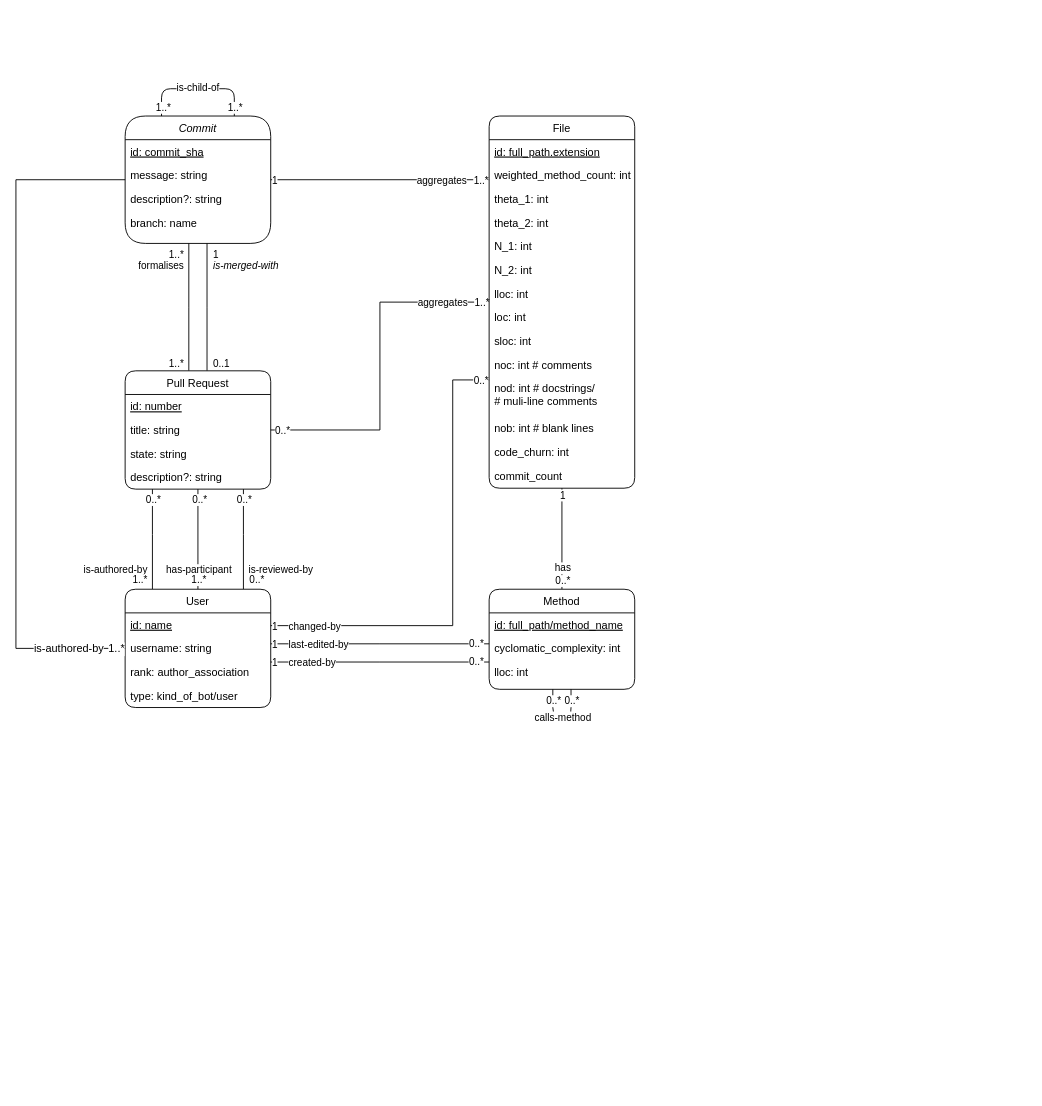
The draw.io diagram Exports/OCEL-Object-Diagram.drawio in AlexS-1/Bachelor-Code, before the edit. Source tidied: cells renumbered, new cells numbered last; positions are measured from the earlier drawing's top-left corner, leaving out a move shared by most shapes. Both pictures are drawn from the tidied source at 91%, with x=0, y=0 at pixel (15, 88).
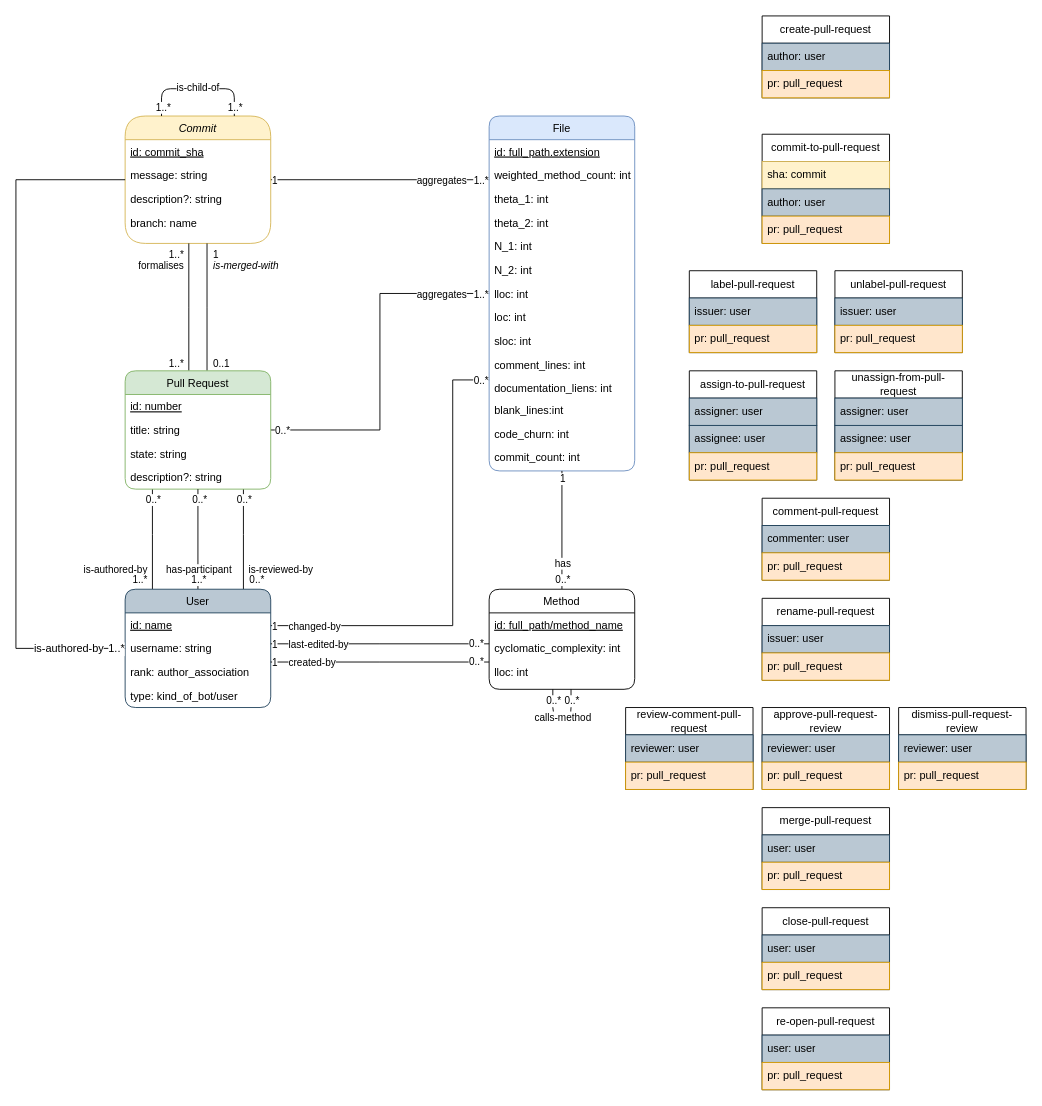
The same page after the edit.

Commit message:
Feature: Add events to OCEL-Diagram

The edit, as a diff of the source:
```diff
@@
-    <mxCell id="6" value="Commit" style="swimlane;fontStyle=2;align=center;verticalAlign=top;horizontal=1;startSize=26;rounded=1;shadow=0;strokeWidth=1;arcSize=29;" parent="1" vertex="1">
+    <mxCell id="6" value="Commit" style="swimlane;fontStyle=2;align=center;verticalAlign=top;horizontal=1;startSize=26;rounded=1;shadow=0;strokeWidth=1;arcSize=29;fillColor=#fff2cc;strokeColor=#d6b656;" parent="1" vertex="1">
       <mxGeometry x="120" y="30" width="160" height="140" as="geometry" />
     </mxCell>
@@
-    <mxCell id="31" value="Pull Request" style="swimlane;fontStyle=0;align=center;verticalAlign=top;horizontal=1;startSize=26;rounded=1;shadow=0;strokeWidth=1;" parent="1" vertex="1">
+    <mxCell id="31" value="Pull Request" style="swimlane;fontStyle=0;align=center;verticalAlign=top;horizontal=1;startSize=26;rounded=1;shadow=0;strokeWidth=1;fillColor=#d5e8d4;strokeColor=#82b366;" parent="1" vertex="1">
       <mxGeometry x="120" y="310" width="160" height="130" as="geometry" />
     </mxCell>
@@
-    <mxCell id="44" value="User" style="swimlane;fontStyle=0;align=center;verticalAlign=top;horizontal=1;startSize=26;rounded=1;shadow=0;strokeWidth=1;" parent="1" vertex="1">
+    <mxCell id="44" value="User" style="swimlane;fontStyle=0;align=center;verticalAlign=top;horizontal=1;startSize=26;rounded=1;shadow=0;strokeWidth=1;fillColor=#bac8d3;strokeColor=#23445d;" parent="1" vertex="1">
       <mxGeometry x="120" y="550" width="160" height="130" as="geometry" />
     </mxCell>
@@
-    <mxCell id="49" value="File" style="swimlane;fontStyle=0;align=center;verticalAlign=top;horizontal=1;startSize=26;rounded=1;shadow=0;strokeWidth=1;" parent="1" vertex="1">
-      <mxGeometry x="520" y="30" width="160" height="409" as="geometry" />
+    <mxCell id="49" value="File" style="swimlane;fontStyle=0;align=center;verticalAlign=top;horizontal=1;startSize=26;rounded=1;shadow=0;strokeWidth=1;fillColor=#dae8fc;strokeColor=#6c8ebf;" parent="1" vertex="1">
+      <mxGeometry x="520" y="30" width="160" height="390" as="geometry" />
     </mxCell>
@@
-    <mxCell id="59" value="noc: int # comments" style="text;align=left;verticalAlign=top;spacingLeft=4;spacingRight=4;overflow=hidden;fontStyle=0;rounded=1;" parent="49" vertex="1">
+    <mxCell id="59" value="comment_lines: int" style="text;align=left;verticalAlign=top;spacingLeft=4;spacingRight=4;overflow=hidden;fontStyle=0;rounded=1;" parent="49" vertex="1">
       <mxGeometry y="260" width="160" height="26" as="geometry" />
     </mxCell>
-    <mxCell id="60" value="nod: int # docstrings/&#10;# muli-line comments" style="text;align=left;verticalAlign=top;spacingLeft=4;spacingRight=4;overflow=hidden;fontStyle=0;rounded=1;" parent="49" vertex="1">
-      <mxGeometry y="286" width="160" height="44" as="geometry" />
+    <mxCell id="60" value="documentation_liens: int" style="text;align=left;verticalAlign=top;spacingLeft=4;spacingRight=4;overflow=hidden;fontStyle=0;rounded=1;" parent="49" vertex="1">
+      <mxGeometry y="286" width="160" height="24" as="geometry" />
     </mxCell>
-    <mxCell id="61" value="nob: int # blank lines" style="text;align=left;verticalAlign=top;spacingLeft=4;spacingRight=4;overflow=hidden;fontStyle=0;rounded=1;" parent="49" vertex="1">
-      <mxGeometry y="330" width="160" height="26" as="geometry" />
+    <mxCell id="61" value="blank_lines:int" style="text;align=left;verticalAlign=top;spacingLeft=4;spacingRight=4;overflow=hidden;fontStyle=0;rounded=1;" parent="49" vertex="1">
+      <mxGeometry y="310" width="160" height="26" as="geometry" />
     </mxCell>
     <mxCell id="62" value="code_churn: int&#10;" style="text;align=left;verticalAlign=top;spacingLeft=4;spacingRight=4;overflow=hidden;fontStyle=0;rounded=1;" parent="49" vertex="1">
-      <mxGeometry y="356" width="160" height="26" as="geometry" />
+      <mxGeometry y="336" width="160" height="26" as="geometry" />
     </mxCell>
-    <mxCell id="63" value="commit_count" style="text;align=left;verticalAlign=top;spacingLeft=4;spacingRight=4;overflow=hidden;fontStyle=0;rounded=1;" parent="49" vertex="1">
-      <mxGeometry y="382" width="160" height="26" as="geometry" />
+    <mxCell id="63" value="commit_count: int&#10;&#10;" style="text;align=left;verticalAlign=top;spacingLeft=4;spacingRight=4;overflow=hidden;fontStyle=0;rounded=1;" parent="49" vertex="1">
+      <mxGeometry y="362" width="160" height="26" as="geometry" />
     </mxCell>
@@
+    <mxCell id="91" value="commit-to-pull-request" style="swimlane;fontStyle=0;horizontal=1;startSize=30;whiteSpace=wrap;html=1;" parent="1" vertex="1">
+      <mxGeometry x="820" y="50" width="140" height="120" as="geometry" />
+    </mxCell>
+    <mxCell id="92" value="sha: commit" style="text;strokeColor=#d6b656;fillColor=#fff2cc;align=left;verticalAlign=middle;spacingLeft=4;spacingRight=4;overflow=hidden;whiteSpace=wrap;html=1;" parent="91" vertex="1">
+      <mxGeometry y="30" width="140" height="30" as="geometry" />
+    </mxCell>
+    <mxCell id="93" value="author: user" style="text;strokeColor=#23445d;fillColor=#bac8d3;align=left;verticalAlign=middle;spacingLeft=4;spacingRight=4;overflow=hidden;whiteSpace=wrap;html=1;" parent="91" vertex="1">
+      <mxGeometry y="60" width="140" height="30" as="geometry" />
+    </mxCell>
+    <mxCell id="94" value="pr: pull_request" style="text;strokeColor=#d79b00;fillColor=#ffe6cc;align=left;verticalAlign=middle;spacingLeft=4;spacingRight=4;overflow=hidden;whiteSpace=wrap;html=1;" parent="91" vertex="1">
+      <mxGeometry y="90" width="140" height="30" as="geometry" />
+    </mxCell>
+    <mxCell id="95" value="label-pull-request" style="swimlane;fontStyle=0;horizontal=1;startSize=30;whiteSpace=wrap;html=1;" parent="1" vertex="1">
+      <mxGeometry x="740" y="200" width="140" height="90" as="geometry" />
+    </mxCell>
+    <mxCell id="96" value="issuer: user" style="text;strokeColor=#23445d;fillColor=#bac8d3;align=left;verticalAlign=middle;spacingLeft=4;spacingRight=4;overflow=hidden;whiteSpace=wrap;html=1;" parent="95" vertex="1">
+      <mxGeometry y="30" width="140" height="30" as="geometry" />
+    </mxCell>
+    <mxCell id="97" value="pr: pull_request" style="text;strokeColor=#d79b00;fillColor=#ffe6cc;align=left;verticalAlign=middle;spacingLeft=4;spacingRight=4;overflow=hidden;whiteSpace=wrap;html=1;" parent="95" vertex="1">
+      <mxGeometry y="60" width="140" height="30" as="geometry" />
+    </mxCell>
+    <mxCell id="98" value="unlabel-pull-request" style="swimlane;fontStyle=0;horizontal=1;startSize=30;whiteSpace=wrap;html=1;" parent="1" vertex="1">
+      <mxGeometry x="900" y="200" width="140" height="90" as="geometry" />
+    </mxCell>
+    <mxCell id="99" value="issuer: user" style="text;strokeColor=#23445d;fillColor=#bac8d3;align=left;verticalAlign=middle;spacingLeft=4;spacingRight=4;overflow=hidden;whiteSpace=wrap;html=1;" parent="98" vertex="1">
+      <mxGeometry y="30" width="140" height="30" as="geometry" />
+    </mxCell>
+    <mxCell id="100" value="pr: pull_request" style="text;strokeColor=#d79b00;fillColor=#ffe6cc;align=left;verticalAlign=middle;spacingLeft=4;spacingRight=4;overflow=hidden;whiteSpace=wrap;html=1;" parent="98" vertex="1">
+      <mxGeometry y="60" width="140" height="30" as="geometry" />
+    </mxCell>
+    <mxCell id="101" value="create-pull-request" style="swimlane;fontStyle=0;horizontal=1;startSize=30;whiteSpace=wrap;html=1;" parent="1" vertex="1">
+      <mxGeometry x="820" y="-80" width="140" height="90" as="geometry" />
+    </mxCell>
+    <mxCell id="102" value="author: user" style="text;strokeColor=#23445d;fillColor=#bac8d3;align=left;verticalAlign=middle;spacingLeft=4;spacingRight=4;overflow=hidden;whiteSpace=wrap;html=1;" parent="101" vertex="1">
+      <mxGeometry y="30" width="140" height="30" as="geometry" />
+    </mxCell>
+    <mxCell id="103" value="pr: pull_request" style="text;strokeColor=#d79b00;fillColor=#ffe6cc;align=left;verticalAlign=middle;spacingLeft=4;spacingRight=4;overflow=hidden;whiteSpace=wrap;html=1;" parent="101" vertex="1">
+      <mxGeometry y="60" width="140" height="30" as="geometry" />
+    </mxCell>
+    <mxCell id="104" value="merge-pull-request" style="swimlane;fontStyle=0;horizontal=1;startSize=30;whiteSpace=wrap;html=1;" parent="1" vertex="1">
+      <mxGeometry x="820" y="790" width="140" height="90" as="geometry" />
+    </mxCell>
+    <mxCell id="105" value="user: user" style="text;strokeColor=#23445d;fillColor=#bac8d3;align=left;verticalAlign=middle;spacingLeft=4;spacingRight=4;overflow=hidden;whiteSpace=wrap;html=1;" parent="104" vertex="1">
+      <mxGeometry y="30" width="140" height="30" as="geometry" />
+    </mxCell>
+    <mxCell id="106" value="pr: pull_request" style="text;strokeColor=#d79b00;fillColor=#ffe6cc;align=left;verticalAlign=middle;spacingLeft=4;spacingRight=4;overflow=hidden;whiteSpace=wrap;html=1;" parent="104" vertex="1">
+      <mxGeometry y="60" width="140" height="30" as="geometry" />
+    </mxCell>
+    <mxCell id="107" value="close-pull-request" style="swimlane;fontStyle=0;horizontal=1;startSize=30;whiteSpace=wrap;html=1;" parent="1" vertex="1">
+      <mxGeometry x="820" y="900" width="140" height="90" as="geometry" />
+    </mxCell>
+    <mxCell id="108" value="user: user" style="text;strokeColor=#23445d;fillColor=#bac8d3;align=left;verticalAlign=middle;spacingLeft=4;spacingRight=4;overflow=hidden;whiteSpace=wrap;html=1;" parent="107" vertex="1">
+      <mxGeometry y="30" width="140" height="30" as="geometry" />
+    </mxCell>
+    <mxCell id="109" value="pr: pull_request" style="text;strokeColor=#d79b00;fillColor=#ffe6cc;align=left;verticalAlign=middle;spacingLeft=4;spacingRight=4;overflow=hidden;whiteSpace=wrap;html=1;" parent="107" vertex="1">
+      <mxGeometry y="60" width="140" height="30" as="geometry" />
+    </mxCell>
+    <mxCell id="110" value="assign-to-pull-request" style="swimlane;fontStyle=0;horizontal=1;startSize=30;whiteSpace=wrap;html=1;" parent="1" vertex="1">
+      <mxGeometry x="740" y="310" width="140" height="120" as="geometry" />
+    </mxCell>
+    <mxCell id="111" value="assigner: user" style="text;strokeColor=#23445d;fillColor=#bac8d3;align=left;verticalAlign=middle;spacingLeft=4;spacingRight=4;overflow=hidden;whiteSpace=wrap;html=1;" parent="110" vertex="1">
+      <mxGeometry y="30" width="140" height="30" as="geometry" />
+    </mxCell>
+    <mxCell id="112" value="assignee: user" style="text;strokeColor=#23445d;fillColor=#bac8d3;align=left;verticalAlign=middle;spacingLeft=4;spacingRight=4;overflow=hidden;whiteSpace=wrap;html=1;" parent="110" vertex="1">
+      <mxGeometry y="60" width="140" height="30" as="geometry" />
+    </mxCell>
+    <mxCell id="113" value="pr: pull_request" style="text;strokeColor=#d79b00;fillColor=#ffe6cc;align=left;verticalAlign=middle;spacingLeft=4;spacingRight=4;overflow=hidden;whiteSpace=wrap;html=1;" parent="110" vertex="1">
+      <mxGeometry y="90" width="140" height="30" as="geometry" />
+    </mxCell>
+    <mxCell id="114" value="unassign-from-pull-request" style="swimlane;fontStyle=0;horizontal=1;startSize=30;whiteSpace=wrap;html=1;" parent="1" vertex="1">
+      <mxGeometry x="900" y="310" width="140" height="120" as="geometry" />
+    </mxCell>
+    <mxCell id="115" value="assigner: user" style="text;strokeColor=#23445d;fillColor=#bac8d3;align=left;verticalAlign=middle;spacingLeft=4;spacingRight=4;overflow=hidden;whiteSpace=wrap;html=1;" parent="114" vertex="1">
+      <mxGeometry y="30" width="140" height="30" as="geometry" />
+    </mxCell>
+    <mxCell id="116" value="assignee: user" style="text;strokeColor=#23445d;fillColor=#bac8d3;align=left;verticalAlign=middle;spacingLeft=4;spacingRight=4;overflow=hidden;whiteSpace=wrap;html=1;" parent="114" vertex="1">
+      <mxGeometry y="60" width="140" height="30" as="geometry" />
+    </mxCell>
+    <mxCell id="117" value="pr: pull_request" style="text;strokeColor=#d79b00;fillColor=#ffe6cc;align=left;verticalAlign=middle;spacingLeft=4;spacingRight=4;overflow=hidden;whiteSpace=wrap;html=1;" parent="114" vertex="1">
+      <mxGeometry y="90" width="140" height="30" as="geometry" />
+    </mxCell>
+    <mxCell id="118" value="comment-pull-request" style="swimlane;fontStyle=0;horizontal=1;startSize=30;whiteSpace=wrap;html=1;" parent="1" vertex="1">
+      <mxGeometry x="820" y="450" width="140" height="90" as="geometry" />
+    </mxCell>
+    <mxCell id="119" value="commenter: user" style="text;strokeColor=#23445d;fillColor=#bac8d3;align=left;verticalAlign=middle;spacingLeft=4;spacingRight=4;overflow=hidden;whiteSpace=wrap;html=1;" parent="118" vertex="1">
+      <mxGeometry y="30" width="140" height="30" as="geometry" />
+    </mxCell>
+    <mxCell id="120" value="pr: pull_request" style="text;strokeColor=#d79b00;fillColor=#ffe6cc;align=left;verticalAlign=middle;spacingLeft=4;spacingRight=4;overflow=hidden;whiteSpace=wrap;html=1;" parent="118" vertex="1">
+      <mxGeometry y="60" width="140" height="30" as="geometry" />
+    </mxCell>
+    <mxCell id="121" value="rename-pull-request" style="swimlane;fontStyle=0;horizontal=1;startSize=30;whiteSpace=wrap;html=1;" parent="1" vertex="1">
+      <mxGeometry x="820" y="560" width="140" height="90" as="geometry" />
+    </mxCell>
+    <mxCell id="122" value="issuer: user" style="text;strokeColor=#23445d;fillColor=#bac8d3;align=left;verticalAlign=middle;spacingLeft=4;spacingRight=4;overflow=hidden;whiteSpace=wrap;html=1;" parent="121" vertex="1">
+      <mxGeometry y="30" width="140" height="30" as="geometry" />
+    </mxCell>
+    <mxCell id="123" value="pr: pull_request" style="text;strokeColor=#d79b00;fillColor=#ffe6cc;align=left;verticalAlign=middle;spacingLeft=4;spacingRight=4;overflow=hidden;whiteSpace=wrap;html=1;" parent="121" vertex="1">
+      <mxGeometry y="60" width="140" height="30" as="geometry" />
+    </mxCell>
+    <mxCell id="124" value="review-comment-pull-request" style="swimlane;fontStyle=0;horizontal=1;startSize=30;whiteSpace=wrap;html=1;" parent="1" vertex="1">
+      <mxGeometry x="670" y="680" width="140" height="90" as="geometry" />
+    </mxCell>
+    <mxCell id="125" value="reviewer: user" style="text;strokeColor=#23445d;fillColor=#bac8d3;align=left;verticalAlign=middle;spacingLeft=4;spacingRight=4;overflow=hidden;whiteSpace=wrap;html=1;" parent="124" vertex="1">
+      <mxGeometry y="30" width="140" height="30" as="geometry" />
+    </mxCell>
+    <mxCell id="126" value="pr: pull_request" style="text;strokeColor=#d79b00;fillColor=#ffe6cc;align=left;verticalAlign=middle;spacingLeft=4;spacingRight=4;overflow=hidden;whiteSpace=wrap;html=1;" parent="124" vertex="1">
+      <mxGeometry y="60" width="140" height="30" as="geometry" />
+    </mxCell>
+    <mxCell id="127" value="approve-pull-request-review" style="swimlane;fontStyle=0;horizontal=1;startSize=30;whiteSpace=wrap;html=1;" parent="1" vertex="1">
+      <mxGeometry x="820" y="680" width="140" height="90" as="geometry" />
+    </mxCell>
+    <mxCell id="128" value="reviewer: user" style="text;strokeColor=#23445d;fillColor=#bac8d3;align=left;verticalAlign=middle;spacingLeft=4;spacingRight=4;overflow=hidden;whiteSpace=wrap;html=1;" parent="127" vertex="1">
+      <mxGeometry y="30" width="140" height="30" as="geometry" />
+    </mxCell>
+    <mxCell id="129" value="pr: pull_request" style="text;strokeColor=#d79b00;fillColor=#ffe6cc;align=left;verticalAlign=middle;spacingLeft=4;spacingRight=4;overflow=hidden;whiteSpace=wrap;html=1;" parent="127" vertex="1">
+      <mxGeometry y="60" width="140" height="30" as="geometry" />
+    </mxCell>
+    <mxCell id="130" value="dismiss-pull-request-review" style="swimlane;fontStyle=0;horizontal=1;startSize=30;whiteSpace=wrap;html=1;" parent="1" vertex="1">
+      <mxGeometry x="970" y="680" width="140" height="90" as="geometry" />
+    </mxCell>
+    <mxCell id="131" value="reviewer: user" style="text;strokeColor=#23445d;fillColor=#bac8d3;align=left;verticalAlign=middle;spacingLeft=4;spacingRight=4;overflow=hidden;whiteSpace=wrap;html=1;" parent="130" vertex="1">
+      <mxGeometry y="30" width="140" height="30" as="geometry" />
+    </mxCell>
+    <mxCell id="132" value="pr: pull_request" style="text;strokeColor=#d79b00;fillColor=#ffe6cc;align=left;verticalAlign=middle;spacingLeft=4;spacingRight=4;overflow=hidden;whiteSpace=wrap;html=1;" parent="130" vertex="1">
+      <mxGeometry y="60" width="140" height="30" as="geometry" />
+    </mxCell>
+    <mxCell id="133" value="re-open-pull-request" style="swimlane;fontStyle=0;horizontal=1;startSize=30;whiteSpace=wrap;html=1;" parent="1" vertex="1">
+      <mxGeometry x="820" y="1010" width="140" height="90" as="geometry" />
+    </mxCell>
+    <mxCell id="134" value="user: user" style="text;strokeColor=#23445d;fillColor=#bac8d3;align=left;verticalAlign=middle;spacingLeft=4;spacingRight=4;overflow=hidden;whiteSpace=wrap;html=1;" parent="133" vertex="1">
+      <mxGeometry y="30" width="140" height="30" as="geometry" />
+    </mxCell>
+    <mxCell id="135" value="pr: pull_request" style="text;strokeColor=#d79b00;fillColor=#ffe6cc;align=left;verticalAlign=middle;spacingLeft=4;spacingRight=4;overflow=hidden;whiteSpace=wrap;html=1;" parent="133" vertex="1">
+      <mxGeometry y="60" width="140" height="30" as="geometry" />
+    </mxCell>
```
